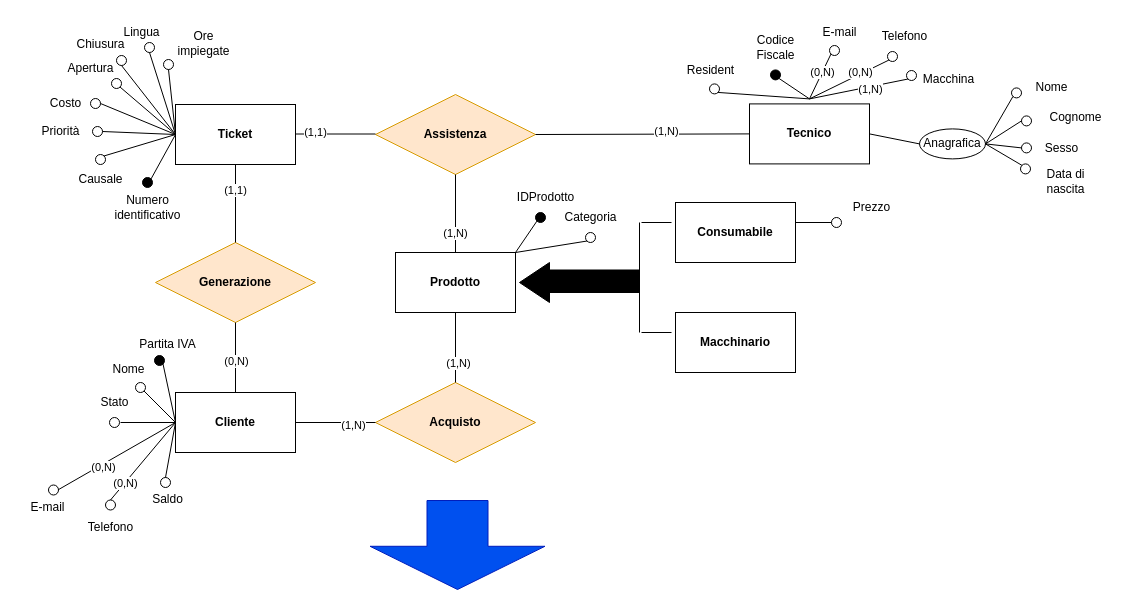
fedeStaffo/Progetto_Basi_di_dati keeps this draw.io diagram as Diagrammi/generalizzazione1.drawio. Above is the earlier version. Source tidied: cells renumbered, new cells numbered last; positions are measured from the earlier drawing's top-left corner, leaving out a move shared by most shapes. Both pictures are drawn from the tidied source at 100%, with x=0, y=0 at pixel (17, 17).
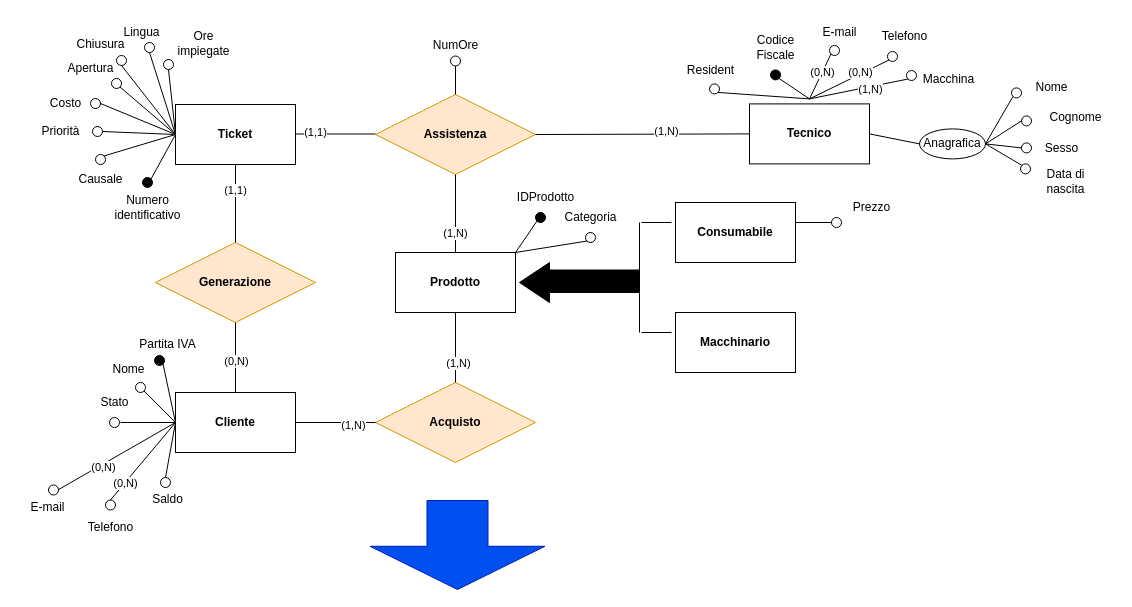
The same page after the edit.

Commit message (it also covers changes not shown here):
aggiunti NumOre e Scadenza garanzia

Unchanged cells that the change refers to:
```xml
<mxCell id="7" value="&lt;b&gt;Assistenza&lt;/b&gt;" style="rhombus;whiteSpace=wrap;html=1;fillColor=#ffe6cc;strokeColor=#d79b00;" parent="1" vertex="1">
  <mxGeometry x="358" y="77" width="160" height="80" as="geometry" />
</mxCell>
```

Diff of the diagram source:
```diff
@@
+    <mxCell id="116" style="ellipse;whiteSpace=wrap;html=1;" parent="1" vertex="1">
+      <mxGeometry x="433" y="38.5" width="10" height="10" as="geometry" />
+    </mxCell>
+    <mxCell id="117" value="NumOre" style="text;html=1;align=center;verticalAlign=middle;strokeColor=none;fillColor=none;" parent="1" vertex="1">
+      <mxGeometry x="403" y="13" width="70" height="30" as="geometry" />
+    </mxCell>
+    <mxCell id="118" style="endArrow=none;html=1;rounded=0;entryX=0.5;entryY=1;entryDx=0;entryDy=0;exitX=0.5;exitY=0;exitDx=0;exitDy=0;" parent="1" edge="1" source="7" target="116">
+      <mxGeometry relative="1" as="geometry" />
+    </mxCell>
```
